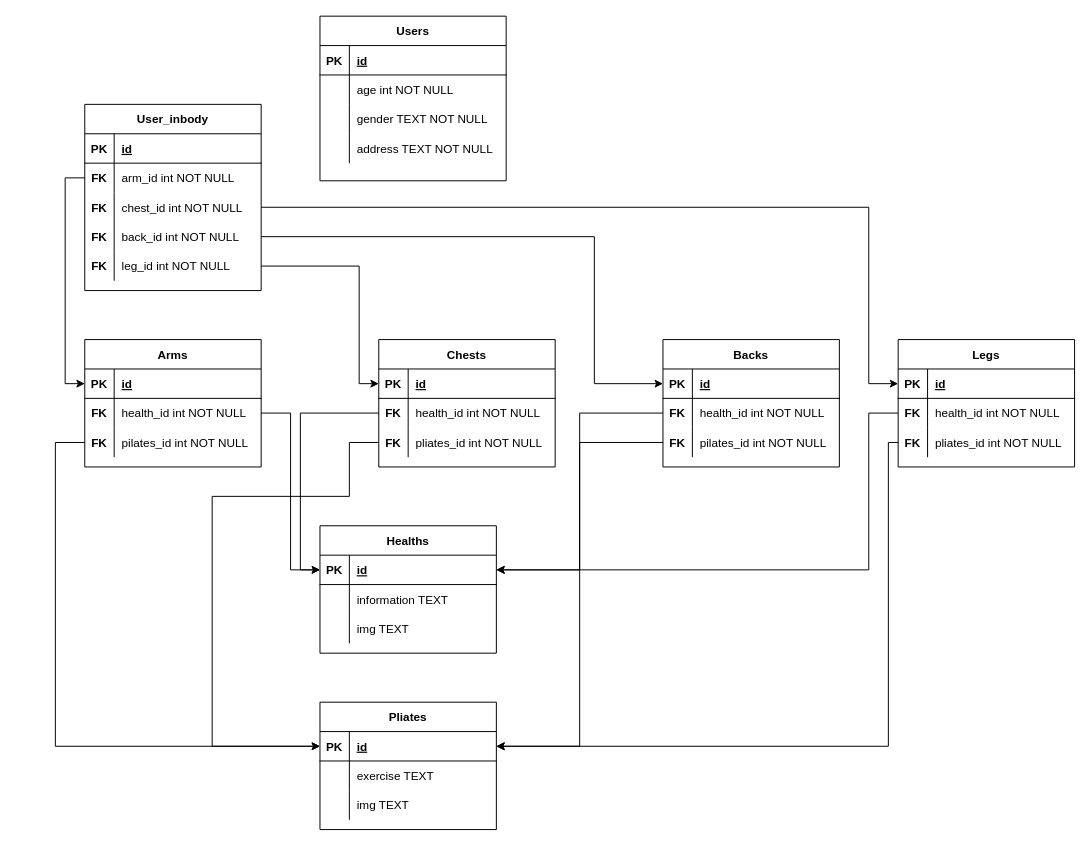
This is 제목 없는 다이어그램.drawio from kjskjs356/project_health, a draw.io file, before an edit. Source tidied: cells renumbered, new cells numbered last; positions are measured from the earlier drawing's top-left corner, leaving out a move shared by most shapes. Both pictures are drawn from the tidied source at 98%, with x=0, y=0 at pixel (55, 16).
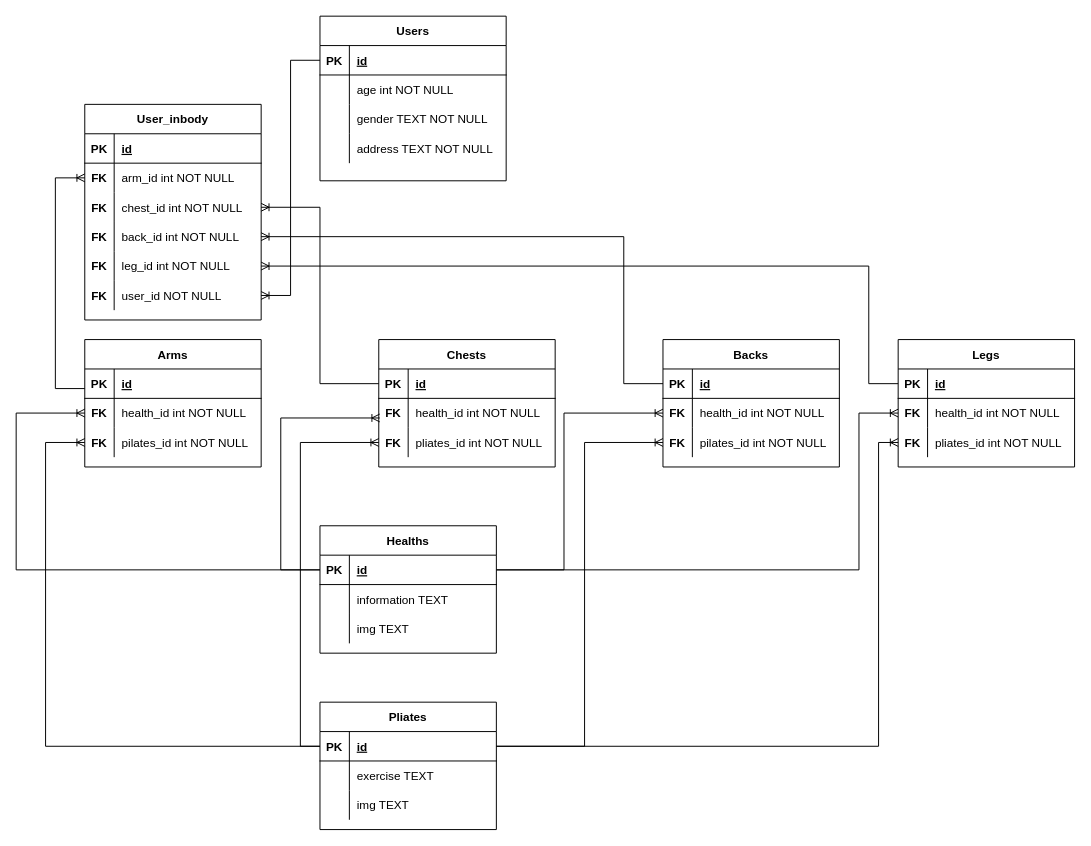
The same page after the edit.

Commit message (it also covers changes not shown here):
제목 없는 다이어그램.drawio 업데이트

Unchanged cells that the change refers to:
```xml
<mxCell id="3" style="shape=partialRectangle;fillColor=none;points=[[0,0.5],[1,0.5]];portConstraint=eastwest;top=0;left=0;right=0;bottom=1;" parent="2" vertex="1">
  <mxGeometry y="30" width="190" height="30" as="geometry" />
</mxCell>
<mxCell id="19" style="shape=tableRow;horizontal=0;startSize=0;swimlaneHead=0;swimlaneBody=0;fillColor=none;points=[[0,0.5],[1,0.5]];portConstraint=eastwest;top=0;left=0;right=0;bottom=0;" parent="15" vertex="1">
  <mxGeometry y="60" width="180" height="30" as="geometry" />
</mxCell>
<mxCell id="22" style="shape=tableRow;horizontal=0;startSize=0;swimlaneHead=0;swimlaneBody=0;fillColor=none;points=[[0,0.5],[1,0.5]];portConstraint=eastwest;top=0;left=0;right=0;bottom=0;" parent="15" vertex="1">
  <mxGeometry y="90" width="180" height="30" as="geometry" />
</mxCell>
<mxCell id="25" style="shape=tableRow;horizontal=0;startSize=0;swimlaneHead=0;swimlaneBody=0;fillColor=none;points=[[0,0.5],[1,0.5]];portConstraint=eastwest;top=0;left=0;right=0;bottom=0;" parent="15" vertex="1">
  <mxGeometry y="120" width="180" height="30" as="geometry" />
</mxCell>
<mxCell id="28" style="shape=tableRow;horizontal=0;startSize=0;swimlaneHead=0;swimlaneBody=0;fillColor=none;points=[[0,0.5],[1,0.5]];portConstraint=eastwest;top=0;left=0;right=0;bottom=0;" parent="15" vertex="1">
  <mxGeometry y="150" width="180" height="30" as="geometry" />
</mxCell>
<mxCell id="31" value="Legs" style="shape=table;startSize=30;childLayout=tableLayout;rowLines=0;fontStyle=1;align=center;" parent="1" vertex="1">
  <mxGeometry x="860" y="330" width="180" height="130" as="geometry" />
</mxCell>
<mxCell id="32" style="shape=tableRow;horizontal=0;startSize=0;swimlaneHead=0;swimlaneBody=0;fillColor=none;points=[[0,0.5],[1,0.5]];portConstraint=eastwest;top=0;left=0;right=0;bottom=1;" parent="31" vertex="1">
  <mxGeometry y="30" width="180" height="30" as="geometry" />
</mxCell>
<mxCell id="35" style="shape=tableRow;horizontal=0;startSize=0;swimlaneHead=0;swimlaneBody=0;fillColor=none;points=[[0,0.5],[1,0.5]];portConstraint=eastwest;top=0;left=0;right=0;bottom=0;" parent="31" vertex="1">
  <mxGeometry y="60" width="180" height="30" as="geometry" />
</mxCell>
<mxCell id="38" style="shape=tableRow;horizontal=0;startSize=0;swimlaneHead=0;swimlaneBody=0;fillColor=none;points=[[0,0.5],[1,0.5]];portConstraint=eastwest;top=0;left=0;right=0;bottom=0;" parent="31" vertex="1">
  <mxGeometry y="90" width="180" height="30" as="geometry" />
</mxCell>
<mxCell id="42" style="shape=tableRow;horizontal=0;startSize=0;swimlaneHead=0;swimlaneBody=0;fillColor=none;points=[[0,0.5],[1,0.5]];portConstraint=eastwest;top=0;left=0;right=0;bottom=1;" parent="41" vertex="1">
  <mxGeometry y="30" width="180" height="30" as="geometry" />
</mxCell>
<mxCell id="45" style="shape=tableRow;horizontal=0;startSize=0;swimlaneHead=0;swimlaneBody=0;fillColor=none;points=[[0,0.5],[1,0.5]];portConstraint=eastwest;top=0;left=0;right=0;bottom=0;" parent="41" vertex="1">
  <mxGeometry y="60" width="180" height="30" as="geometry" />
</mxCell>
<mxCell id="48" style="shape=tableRow;horizontal=0;startSize=0;swimlaneHead=0;swimlaneBody=0;fillColor=none;points=[[0,0.5],[1,0.5]];portConstraint=eastwest;top=0;left=0;right=0;bottom=0;" parent="41" vertex="1">
  <mxGeometry y="90" width="180" height="30" as="geometry" />
</mxCell>
<mxCell id="52" style="shape=tableRow;horizontal=0;startSize=0;swimlaneHead=0;swimlaneBody=0;fillColor=none;points=[[0,0.5],[1,0.5]];portConstraint=eastwest;top=0;left=0;right=0;bottom=1;" parent="51" vertex="1">
  <mxGeometry y="30" width="180" height="30" as="geometry" />
</mxCell>
<mxCell id="55" style="shape=tableRow;horizontal=0;startSize=0;swimlaneHead=0;swimlaneBody=0;fillColor=none;points=[[0,0.5],[1,0.5]];portConstraint=eastwest;top=0;left=0;right=0;bottom=0;" parent="51" vertex="1">
  <mxGeometry y="60" width="180" height="30" as="geometry" />
</mxCell>
<mxCell id="58" style="shape=tableRow;horizontal=0;startSize=0;swimlaneHead=0;swimlaneBody=0;fillColor=none;points=[[0,0.5],[1,0.5]];portConstraint=eastwest;top=0;left=0;right=0;bottom=0;" parent="51" vertex="1">
  <mxGeometry y="90" width="180" height="30" as="geometry" />
</mxCell>
<mxCell id="62" style="shape=tableRow;horizontal=0;startSize=0;swimlaneHead=0;swimlaneBody=0;fillColor=none;points=[[0,0.5],[1,0.5]];portConstraint=eastwest;top=0;left=0;right=0;bottom=1;" parent="61" vertex="1">
  <mxGeometry y="30" width="180" height="30" as="geometry" />
</mxCell>
<mxCell id="65" style="shape=tableRow;horizontal=0;startSize=0;swimlaneHead=0;swimlaneBody=0;fillColor=none;points=[[0,0.5],[1,0.5]];portConstraint=eastwest;top=0;left=0;right=0;bottom=0;" parent="61" vertex="1">
  <mxGeometry y="60" width="180" height="30" as="geometry" />
</mxCell>
<mxCell id="68" style="shape=tableRow;horizontal=0;startSize=0;swimlaneHead=0;swimlaneBody=0;fillColor=none;points=[[0,0.5],[1,0.5]];portConstraint=eastwest;top=0;left=0;right=0;bottom=0;" parent="61" vertex="1">
  <mxGeometry y="90" width="180" height="30" as="geometry" />
</mxCell>
<mxCell id="72" style="shape=tableRow;horizontal=0;startSize=0;swimlaneHead=0;swimlaneBody=0;fillColor=none;points=[[0,0.5],[1,0.5]];portConstraint=eastwest;top=0;left=0;right=0;bottom=1;" parent="71" vertex="1">
  <mxGeometry y="30" width="180" height="30" as="geometry" />
</mxCell>
<mxCell id="82" style="shape=tableRow;horizontal=0;startSize=0;swimlaneHead=0;swimlaneBody=0;fillColor=none;points=[[0,0.5],[1,0.5]];portConstraint=eastwest;top=0;left=0;right=0;bottom=1;" parent="81" vertex="1">
  <mxGeometry y="30" width="180" height="30" as="geometry" />
</mxCell>
```

Diff of the diagram source:
```diff
@@
     <mxCell id="15" value="User_inbody" style="shape=table;startSize=30;childLayout=tableLayout;rowLines=0;fontStyle=1;align=center;" parent="1" vertex="1">
-      <mxGeometry x="30" y="90" width="180" height="190" as="geometry" />
+      <mxGeometry x="30" y="90" width="180" height="220" as="geometry" />
     </mxCell>
@@
+    <mxCell id="103" style="shape=tableRow;horizontal=0;startSize=0;swimlaneHead=0;swimlaneBody=0;fillColor=none;points=[[0,0.5],[1,0.5]];portConstraint=eastwest;top=0;left=0;right=0;bottom=0;" parent="15" vertex="1">
+      <mxGeometry y="180" width="180" height="30" as="geometry" />
+    </mxCell>
+    <mxCell id="104" value="FK" style="shape=partialRectangle;fillColor=none;top=0;left=0;bottom=0;right=0;overflow=hidden;fontStyle=1;" parent="103" vertex="1">
+      <mxGeometry width="30" height="30" as="geometry" />
+    </mxCell>
+    <mxCell id="105" value="user_id NOT NULL" style="shape=partialRectangle;fillColor=none;top=0;left=0;bottom=0;right=0;align=left;spacingLeft=6;overflow=hidden;" parent="103" vertex="1">
+      <mxGeometry x="30" width="150" height="30" as="geometry" />
+    </mxCell>
@@
+    <mxCell id="106" style="edgeStyle=elbowEdgeStyle;rounded=0;orthogonalLoop=1;jettySize=auto;html=1;exitX=0;exitY=0.5;exitDx=0;exitDy=0;" parent="31" edge="1" source="35" target="35">
+      <mxGeometry relative="1" as="geometry" />
+    </mxCell>
@@
-    <mxCell id="91" style="edgeStyle=orthogonalEdgeStyle;rounded=0;jettySize=auto;html=1;entryX=0;entryY=0.5;entryDx=0;entryDy=0;" parent="1" edge="1" source="19" target="62">
-      <mxGeometry relative="1" as="geometry" />
-    </mxCell>
-    <mxCell id="92" style="edgeStyle=orthogonalEdgeStyle;rounded=0;jettySize=auto;html=1;entryX=0;entryY=0.5;entryDx=0;entryDy=0;" parent="1" edge="1" source="22" target="32">
-      <mxGeometry relative="1" as="geometry">
-        <Array as="points">
-          <mxPoint x="830" y="195" />
-          <mxPoint x="830" y="375" />
-        </Array>
-      </mxGeometry>
-    </mxCell>
-    <mxCell id="93" style="edgeStyle=orthogonalEdgeStyle;rounded=0;jettySize=auto;html=1;exitX=1;exitY=0.5;exitDx=0;exitDy=0;entryX=0;entryY=0.5;entryDx=0;entryDy=0;" parent="1" edge="1" source="25" target="52">
-      <mxGeometry relative="1" as="geometry">
-        <Array as="points">
-          <mxPoint x="550" y="225" />
-          <mxPoint x="550" y="375" />
-        </Array>
-      </mxGeometry>
-    </mxCell>
-    <mxCell id="94" style="edgeStyle=orthogonalEdgeStyle;rounded=0;jettySize=auto;html=1;entryX=0;entryY=0.5;entryDx=0;entryDy=0;" parent="1" edge="1" source="28" target="42">
-      <mxGeometry relative="1" as="geometry">
-        <Array as="points">
-          <mxPoint x="310" y="255" />
-          <mxPoint x="310" y="375" />
-        </Array>
-      </mxGeometry>
-    </mxCell>
-    <mxCell id="95" style="edgeStyle=orthogonalEdgeStyle;rounded=0;jettySize=auto;html=1;entryX=0;entryY=0.5;entryDx=0;entryDy=0;" parent="1" edge="1" source="65" target="72">
-      <mxGeometry relative="1" as="geometry" />
-    </mxCell>
-    <mxCell id="96" style="edgeStyle=orthogonalEdgeStyle;rounded=0;jettySize=auto;html=1;entryX=0;entryY=0.5;entryDx=0;entryDy=0;" parent="1" edge="1" source="45" target="72">
-      <mxGeometry relative="1" as="geometry" />
-    </mxCell>
-    <mxCell id="97" style="edgeStyle=orthogonalEdgeStyle;rounded=0;jettySize=auto;html=1;entryX=1;entryY=0.5;entryDx=0;entryDy=0;" parent="1" edge="1" source="55" target="72">
-      <mxGeometry relative="1" as="geometry" />
-    </mxCell>
-    <mxCell id="98" style="edgeStyle=orthogonalEdgeStyle;rounded=0;jettySize=auto;html=1;" parent="1" edge="1" source="35" target="72">
-      <mxGeometry relative="1" as="geometry">
-        <Array as="points">
-          <mxPoint x="830" y="405" />
-          <mxPoint x="830" y="565" />
-        </Array>
-      </mxGeometry>
-    </mxCell>
-    <mxCell id="99" style="edgeStyle=orthogonalEdgeStyle;rounded=0;jettySize=auto;html=1;entryX=0;entryY=0.5;entryDx=0;entryDy=0;" parent="1" edge="1" source="68" target="82">
-      <mxGeometry relative="1" as="geometry">
-        <Array as="points">
-          <mxPoint y="435" />
-          <mxPoint y="745" />
-        </Array>
-      </mxGeometry>
-    </mxCell>
-    <mxCell id="100" style="edgeStyle=orthogonalEdgeStyle;rounded=0;jettySize=auto;html=1;" parent="1" edge="1" source="48" target="82">
-      <mxGeometry relative="1" as="geometry">
-        <Array as="points">
-          <mxPoint x="300" y="435" />
-          <mxPoint x="300" y="490" />
-          <mxPoint x="160" y="490" />
-          <mxPoint x="160" y="745" />
-        </Array>
-      </mxGeometry>
-    </mxCell>
-    <mxCell id="101" style="edgeStyle=orthogonalEdgeStyle;rounded=0;jettySize=auto;html=1;entryX=1;entryY=0.5;entryDx=0;entryDy=0;" parent="1" edge="1" source="58" target="82">
-      <mxGeometry relative="1" as="geometry" />
-    </mxCell>
-    <mxCell id="102" style="edgeStyle=orthogonalEdgeStyle;rounded=0;jettySize=auto;html=1;exitX=0;exitY=0.5;exitDx=0;exitDy=0;" parent="1" edge="1" source="38" target="82">
-      <mxGeometry relative="1" as="geometry">
-        <Array as="points">
-          <mxPoint x="850" y="435" />
-          <mxPoint x="850" y="745" />
-        </Array>
-      </mxGeometry>
-    </mxCell>
+    <mxCell id="107" style="edgeStyle=entityRelationEdgeStyle;fontSize=12;html=1;endArrow=ERoneToMany;rounded=0;exitX=0;exitY=0.5;exitDx=0;exitDy=0;entryX=1;entryY=0.5;entryDx=0;entryDy=0;" parent="1" edge="1" source="3" target="103">
+      <mxGeometry relative="1" as="geometry" />
+    </mxCell>
+    <mxCell id="108" style="fontSize=12;html=1;endArrow=ERoneToMany;rounded=0;edgeStyle=elbowEdgeStyle;entryX=0;entryY=0.5;entryDx=0;entryDy=0;" parent="1" edge="1" target="19">
+      <mxGeometry relative="1" as="geometry">
+        <mxPoint x="30" y="380" as="sourcePoint" />
+        <Array as="points">
+          <mxPoint y="270" />
+        </Array>
+      </mxGeometry>
+    </mxCell>
+    <mxCell id="109" style="edgeStyle=orthogonalEdgeStyle;fontSize=12;html=1;endArrow=ERoneToMany;rounded=0;exitX=0;exitY=0.5;exitDx=0;exitDy=0;entryX=1;entryY=0.5;entryDx=0;entryDy=0;" parent="1" edge="1" source="42" target="22">
+      <mxGeometry relative="1" as="geometry" />
+    </mxCell>
+    <mxCell id="110" style="edgeStyle=elbowEdgeStyle;fontSize=12;html=1;endArrow=ERoneToMany;rounded=0;exitX=0;exitY=0.5;exitDx=0;exitDy=0;entryX=1;entryY=0.5;entryDx=0;entryDy=0;" parent="1" edge="1" source="52" target="25">
+      <mxGeometry relative="1" as="geometry">
+        <Array as="points">
+          <mxPoint x="580" y="290" />
+        </Array>
+      </mxGeometry>
+    </mxCell>
+    <mxCell id="111" style="edgeStyle=elbowEdgeStyle;fontSize=12;html=1;endArrow=ERoneToMany;rounded=0;exitX=0;exitY=0.5;exitDx=0;exitDy=0;" parent="1" edge="1" source="32" target="28">
+      <mxGeometry relative="1" as="geometry">
+        <Array as="points">
+          <mxPoint x="830" y="290" />
+        </Array>
+      </mxGeometry>
+    </mxCell>
+    <mxCell id="112" style="edgeStyle=elbowEdgeStyle;fontSize=12;html=1;endArrow=ERoneToMany;rounded=0;entryX=0;entryY=0.5;entryDx=0;entryDy=0;" parent="1" edge="1" source="72" target="65">
+      <mxGeometry relative="1" as="geometry">
+        <Array as="points">
+          <mxPoint x="-40" y="480" />
+        </Array>
+      </mxGeometry>
+    </mxCell>
+    <mxCell id="113" style="edgeStyle=elbowEdgeStyle;fontSize=12;html=1;endArrow=ERoneToMany;rounded=0;exitX=0;exitY=0.5;exitDx=0;exitDy=0;" parent="1" edge="1" source="82" target="68">
+      <mxGeometry relative="1" as="geometry">
+        <Array as="points">
+          <mxPoint x="-10" y="530" />
+        </Array>
+      </mxGeometry>
+    </mxCell>
+    <mxCell id="114" style="edgeStyle=elbowEdgeStyle;fontSize=12;html=1;endArrow=ERoneToMany;rounded=0;entryX=0;entryY=0.5;entryDx=0;entryDy=0;exitX=0;exitY=0.5;exitDx=0;exitDy=0;" parent="1" edge="1" source="72">
+      <mxGeometry relative="1" as="geometry">
+        <mxPoint x="331" y="410" as="targetPoint" />
+        <Array as="points">
+          <mxPoint x="230" y="490" />
+        </Array>
+      </mxGeometry>
+    </mxCell>
+    <mxCell id="115" style="edgeStyle=elbowEdgeStyle;fontSize=12;html=1;endArrow=ERoneToMany;rounded=0;exitX=1;exitY=0.5;exitDx=0;exitDy=0;" parent="1" edge="1" source="72" target="55">
+      <mxGeometry relative="1" as="geometry">
+        <Array as="points">
+          <mxPoint x="519" y="490" />
+        </Array>
+      </mxGeometry>
+    </mxCell>
+    <mxCell id="116" style="edgeStyle=elbowEdgeStyle;fontSize=12;html=1;endArrow=ERoneToMany;rounded=0;exitX=1;exitY=0.5;exitDx=0;exitDy=0;" parent="1" edge="1" target="35">
+      <mxGeometry relative="1" as="geometry">
+        <mxPoint x="450" y="565" as="sourcePoint" />
+        <Array as="points">
+          <mxPoint x="820" y="480" />
+        </Array>
+      </mxGeometry>
+    </mxCell>
+    <mxCell id="117" style="edgeStyle=elbowEdgeStyle;fontSize=12;html=1;endArrow=ERoneToMany;rounded=0;" parent="1" edge="1" source="82" target="48">
+      <mxGeometry relative="1" as="geometry">
+        <Array as="points">
+          <mxPoint x="250" y="590" />
+        </Array>
+      </mxGeometry>
+    </mxCell>
+    <mxCell id="118" style="edgeStyle=elbowEdgeStyle;fontSize=12;html=1;endArrow=ERoneToMany;rounded=0;exitX=1;exitY=0.5;exitDx=0;exitDy=0;" parent="1" edge="1" source="82" target="58">
+      <mxGeometry relative="1" as="geometry">
+        <Array as="points">
+          <mxPoint x="540" y="630" />
+        </Array>
+      </mxGeometry>
+    </mxCell>
+    <mxCell id="119" style="edgeStyle=elbowEdgeStyle;fontSize=12;html=1;endArrow=ERoneToMany;rounded=0;" parent="1" edge="1" source="82" target="38">
+      <mxGeometry relative="1" as="geometry">
+        <Array as="points">
+          <mxPoint x="840" y="630" />
+        </Array>
+      </mxGeometry>
+    </mxCell>
```
